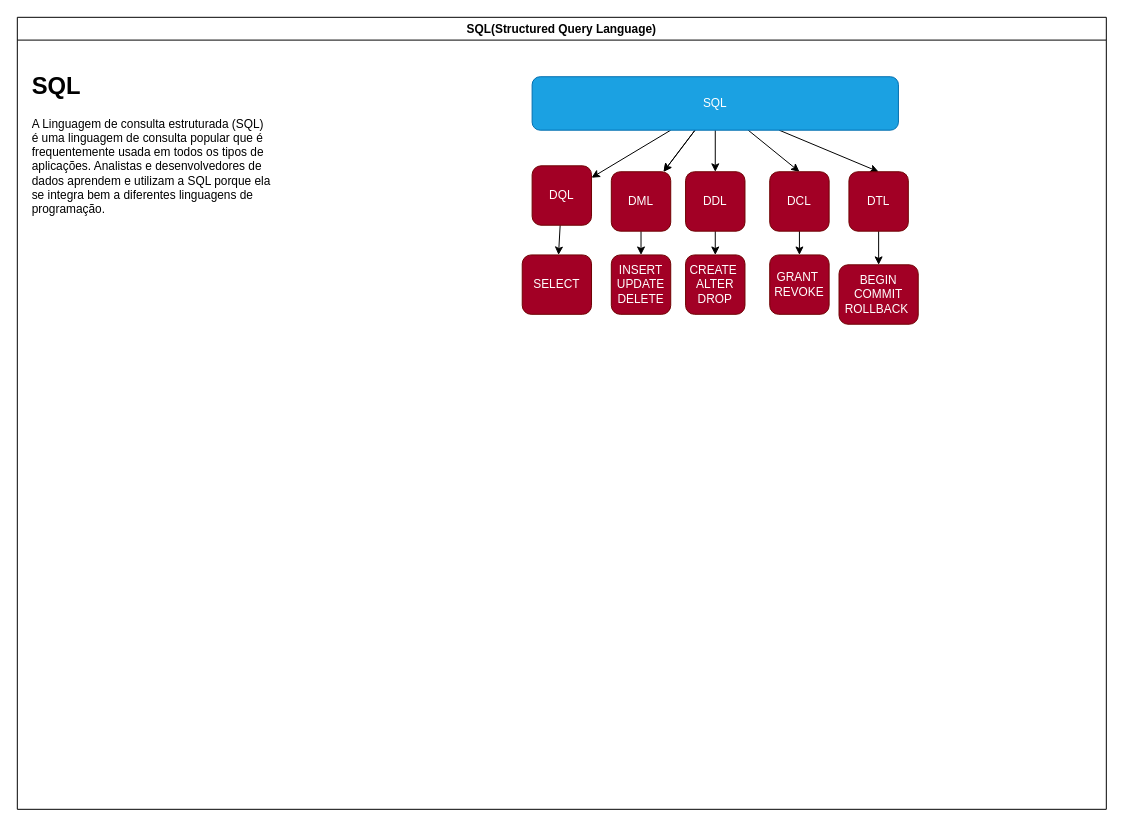
This is aulas/01/SQL.drawio from LuisgrbDev/Bancos-Dados-Senac, a draw.io file, before an edit. Source tidied: cells renumbered, new cells numbered last; positions are measured from the earlier drawing's top-left corner, leaving out a move shared by most shapes. Both pictures are drawn from the tidied source at 99%, with x=0, y=0 at pixel (17, 17).
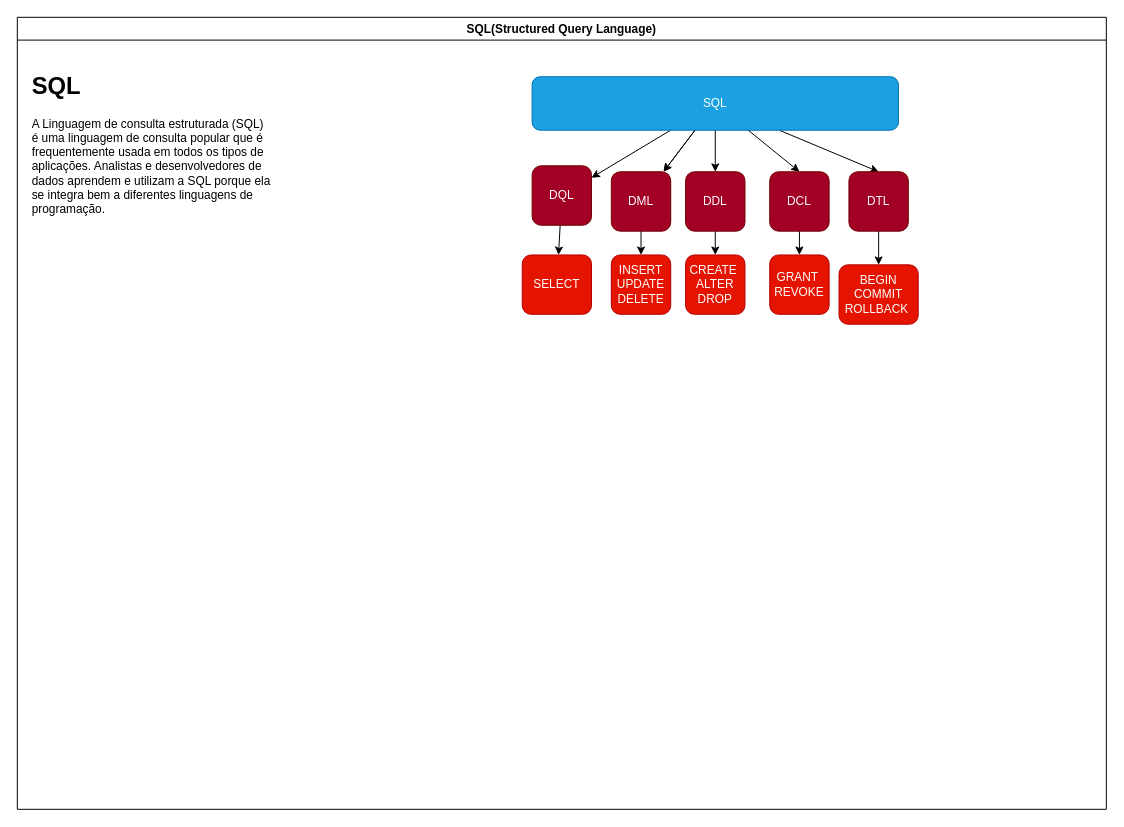
After the change.

Commit message (it also covers changes not shown here):
Drawio SQL and SGBD

The change refers to these unchanged cells:
```xml
<mxCell id="2" value="SQL(Structured Query Language)" style="swimlane;whiteSpace=wrap;html=1;" parent="1" vertex="1">
  <mxGeometry width="1100" height="800" as="geometry" />
</mxCell>
```

Diff of the diagram source:
```diff
@@
-    <mxCell id="21" value="SELECT" style="whiteSpace=wrap;html=1;fillColor=#a20025;strokeColor=#6F0000;fontColor=#ffffff;rounded=1;" parent="2" vertex="1">
+    <mxCell id="21" value="SELECT" style="whiteSpace=wrap;html=1;fillColor=#e51400;strokeColor=#B20000;fontColor=#ffffff;rounded=1;" parent="2" vertex="1">
       <mxGeometry x="510" y="240" width="70" height="60" as="geometry" />
     </mxCell>
-    <mxCell id="22" value="INSERT&lt;br&gt;UPDATE&lt;br&gt;DELETE" style="whiteSpace=wrap;html=1;fillColor=#a20025;strokeColor=#6F0000;fontColor=#ffffff;rounded=1;" parent="2" vertex="1">
+    <mxCell id="22" value="INSERT&lt;br&gt;UPDATE&lt;br&gt;DELETE" style="whiteSpace=wrap;html=1;fillColor=#e51400;strokeColor=#B20000;fontColor=#ffffff;rounded=1;" parent="2" vertex="1">
       <mxGeometry x="600" y="240" width="60" height="60" as="geometry" />
     </mxCell>
-    <mxCell id="23" value="CREATE&amp;nbsp;&lt;br&gt;ALTER&lt;br&gt;DROP" style="whiteSpace=wrap;html=1;fillColor=#a20025;strokeColor=#6F0000;fontColor=#ffffff;rounded=1;" parent="2" vertex="1">
+    <mxCell id="23" value="CREATE&amp;nbsp;&lt;br&gt;ALTER&lt;br&gt;DROP" style="whiteSpace=wrap;html=1;fillColor=#e51400;strokeColor=#B20000;fontColor=#ffffff;rounded=1;" parent="2" vertex="1">
       <mxGeometry x="675" y="240" width="60" height="60" as="geometry" />
     </mxCell>
-    <mxCell id="24" value="GRANT&amp;nbsp;&lt;br&gt;REVOKE" style="whiteSpace=wrap;html=1;fillColor=#a20025;strokeColor=#6F0000;fontColor=#ffffff;rounded=1;" parent="2" vertex="1">
+    <mxCell id="24" value="GRANT&amp;nbsp;&lt;br&gt;REVOKE" style="whiteSpace=wrap;html=1;fillColor=#e51400;strokeColor=#B20000;fontColor=#ffffff;rounded=1;" parent="2" vertex="1">
       <mxGeometry x="760" y="240" width="60" height="60" as="geometry" />
     </mxCell>
-    <mxCell id="25" value="BEGIN&lt;br&gt;COMMIT&lt;br&gt;ROLLBACK&amp;nbsp;" style="whiteSpace=wrap;html=1;fillColor=#a20025;strokeColor=#6F0000;fontColor=#ffffff;rounded=1;" parent="2" vertex="1">
+    <mxCell id="25" value="BEGIN&lt;br&gt;COMMIT&lt;br&gt;ROLLBACK&amp;nbsp;" style="whiteSpace=wrap;html=1;fillColor=#e51400;strokeColor=#B20000;fontColor=#ffffff;rounded=1;" parent="2" vertex="1">
       <mxGeometry x="830" y="250" width="80" height="60" as="geometry" />
     </mxCell>
```
